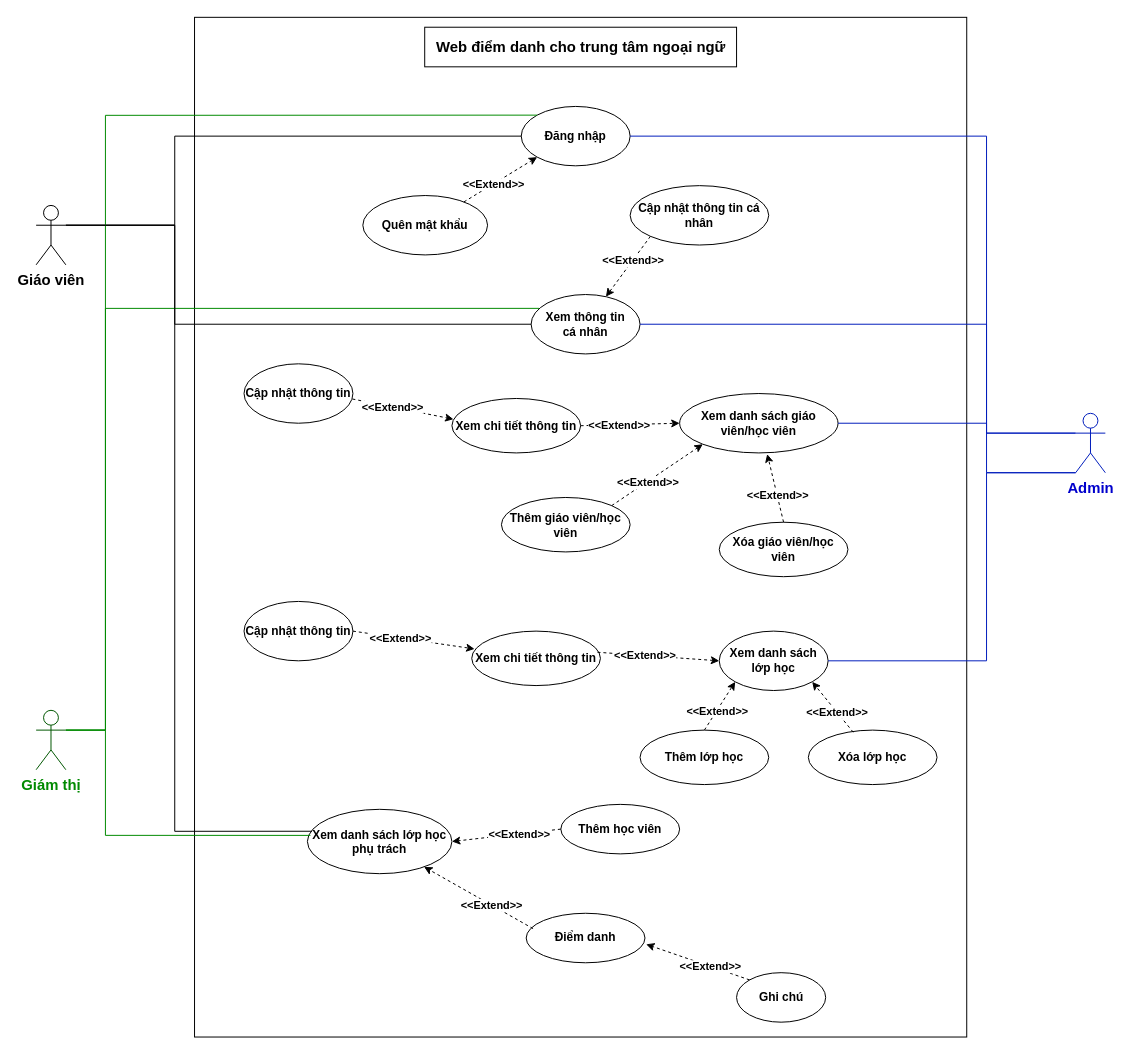
This is Week 1/UC Diagram.drawio from astr0tas/English-Center-Attendance-Check, a draw.io file, before an edit. Source tidied: cells renumbered, new cells numbered last; positions are measured from the earlier drawing's top-left corner, leaving out a move shared by most shapes. Both pictures are drawn from the tidied source at 99%, with x=0, y=0 at pixel (36, 17).
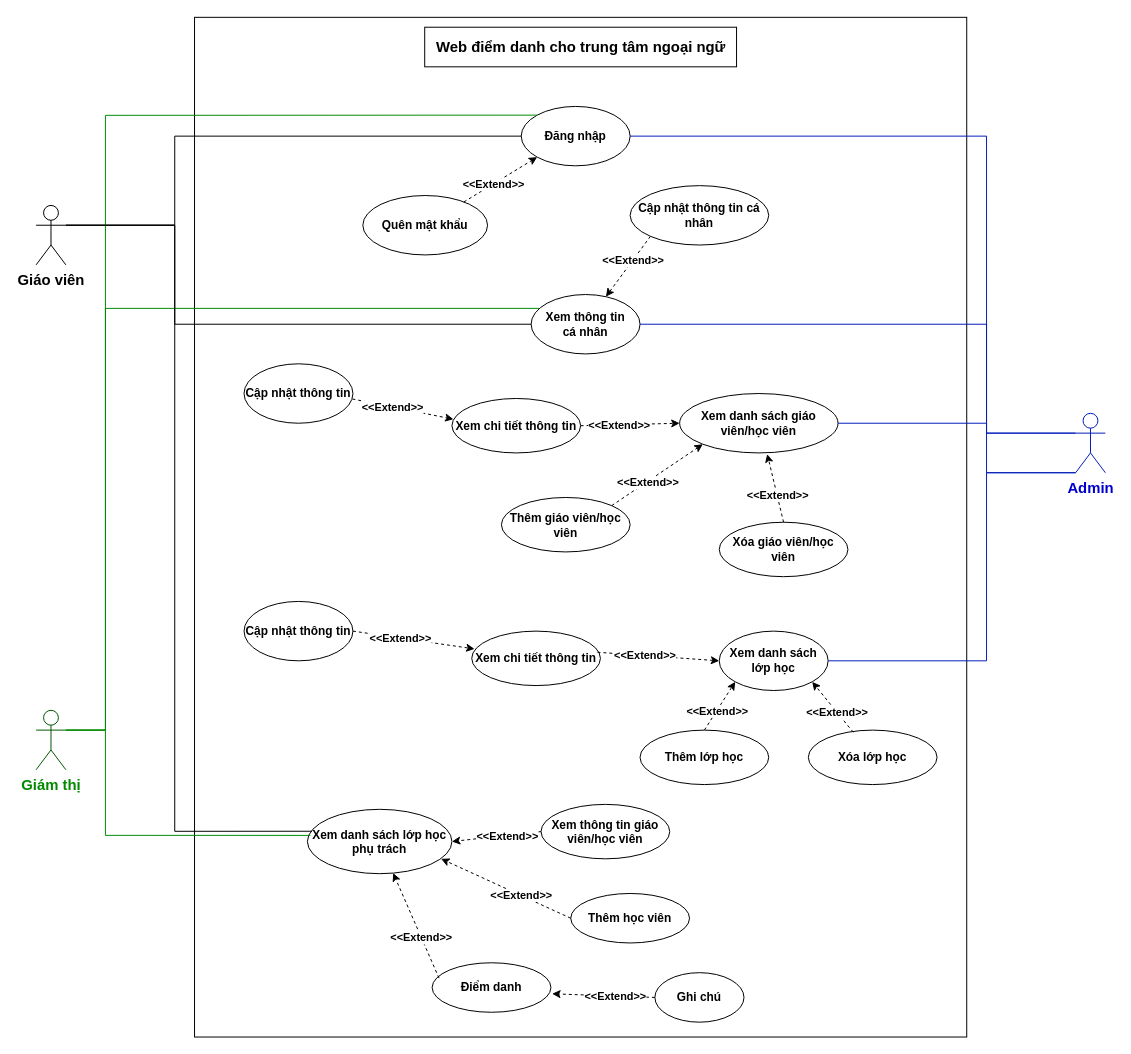
The same diagram, later.

Unchanged cells that the change refers to:
```xml
<mxCell id="52" value="Xem danh sách lớp học phụ trách" style="ellipse;whiteSpace=wrap;html=1;fontStyle=1;" parent="1" vertex="1">
  <mxGeometry x="274" y="800" width="146" height="65" as="geometry" />
</mxCell>
```

Diff of the diagram source:
```diff
@@
     <mxCell id="22" value="Ghi chú" style="ellipse;whiteSpace=wrap;html=1;fontStyle=1;" parent="1" vertex="1">
-      <mxGeometry x="707.5" y="965" width="90" height="50" as="geometry" />
+      <mxGeometry x="625" y="965" width="90" height="50" as="geometry" />
     </mxCell>
-    <mxCell id="23" style="endArrow=classic;html=1;rounded=0;exitX=0;exitY=0;exitDx=0;exitDy=0;dashed=1;fontStyle=1;entryX=1.01;entryY=0.627;entryDx=0;entryDy=0;entryPerimeter=0;" parent="1" edge="1" source="22" target="53">
+    <mxCell id="23" style="endArrow=classic;html=1;rounded=0;exitX=0;exitY=0.5;exitDx=0;exitDy=0;dashed=1;fontStyle=1;entryX=1.01;entryY=0.627;entryDx=0;entryDy=0;entryPerimeter=0;" parent="1" edge="1" source="22" target="53">
       <mxGeometry relative="1" as="geometry" />
     </mxCell>
@@
     <mxCell id="53" value="Điểm danh" style="ellipse;whiteSpace=wrap;html=1;fontStyle=1;" parent="1" vertex="1">
-      <mxGeometry x="495" y="905" width="120" height="50" as="geometry" />
+      <mxGeometry x="400" y="955" width="120" height="50" as="geometry" />
     </mxCell>
@@
     <mxCell id="58" value="Thêm học viên" style="ellipse;whiteSpace=wrap;html=1;fontStyle=1;" parent="1" vertex="1">
-      <mxGeometry x="530" y="795" width="120" height="50" as="geometry" />
+      <mxGeometry x="540" y="885" width="120" height="50" as="geometry" />
     </mxCell>
-    <mxCell id="59" style="endArrow=classic;html=1;rounded=0;exitX=0;exitY=0.5;exitDx=0;exitDy=0;dashed=1;fontStyle=1;entryX=1;entryY=0.5;entryDx=0;entryDy=0;" parent="1" edge="1" source="58" target="52">
+    <mxCell id="59" style="endArrow=classic;html=1;rounded=0;exitX=0;exitY=0.5;exitDx=0;exitDy=0;dashed=1;fontStyle=1;entryX=0.925;entryY=0.769;entryDx=0;entryDy=0;entryPerimeter=0;" parent="1" edge="1" source="58" target="52">
       <mxGeometry relative="1" as="geometry" />
     </mxCell>
@@
+    <mxCell id="61" value="Xem thông tin giáo viên/học viên" style="ellipse;whiteSpace=wrap;html=1;fontStyle=1;" parent="1" vertex="1">
+      <mxGeometry x="510" y="795" width="130" height="55" as="geometry" />
+    </mxCell>
+    <mxCell id="62" style="endArrow=classic;html=1;rounded=0;exitX=0;exitY=0.5;exitDx=0;exitDy=0;dashed=1;fontStyle=1;entryX=1;entryY=0.5;entryDx=0;entryDy=0;" parent="1" edge="1" source="61" target="52">
+      <mxGeometry relative="1" as="geometry" />
+    </mxCell>
+    <mxCell id="63" value="&amp;lt;&amp;lt;Extend&amp;gt;&amp;gt;" style="edgeLabel;html=1;align=center;verticalAlign=middle;fontStyle=1;" parent="62" vertex="1">
+      <mxGeometry x="-0.22" relative="1" as="geometry" />
+    </mxCell>
```
